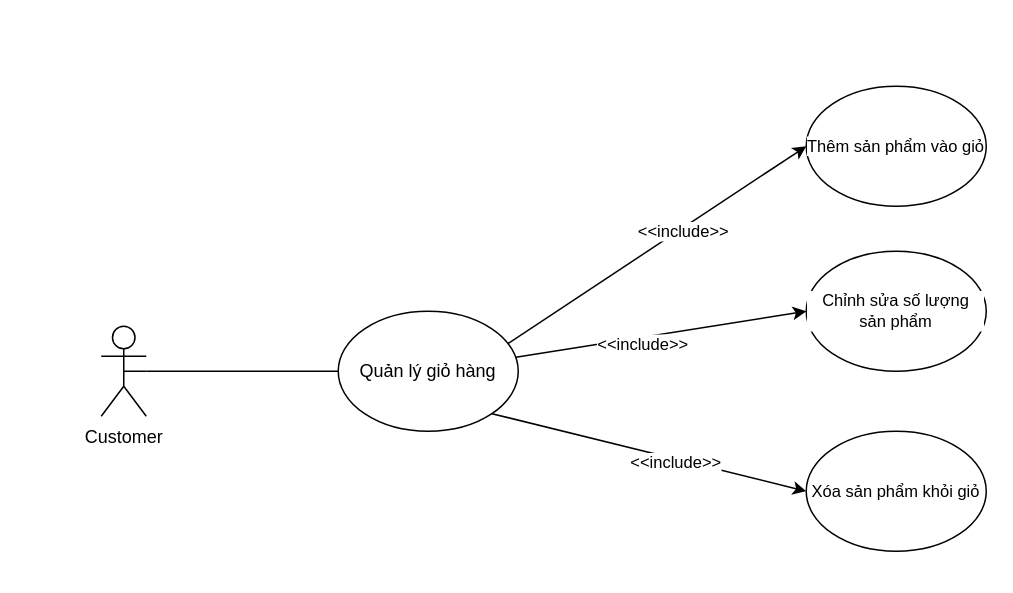
KaNguyen3005/Bookstore-System keeps this draw.io diagram as page "Quản lý giỏ hàng" (8 of 25) of Usecase Diagram Bookstore.drawio. Above is the earlier version. Source tidied: cells renumbered, new cells numbered last; positions are measured from the earlier drawing's top-left corner, leaving out a move shared by most shapes. Both pictures are drawn from the tidied source at 150%, with x=0, y=0 at pixel (26, 86).
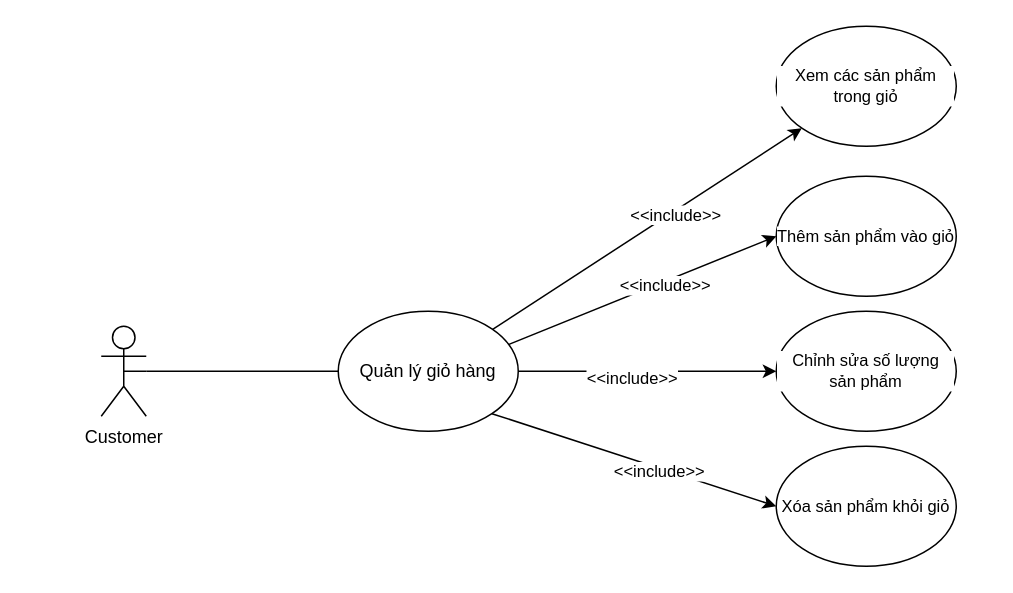
The same diagram, later.

Unchanged cells that the change refers to:
```xml
<mxCell id="8" value="Quản lý giỏ hàng" style="ellipse;whiteSpace=wrap;html=1;" parent="1" vertex="1">
  <mxGeometry x="208" y="150" width="120" height="80" as="geometry" />
</mxCell>
```

What changed in the source:
```diff
@@
     <mxCell id="12" value="Thêm sản phẩm vào giỏ" style="ellipse;whiteSpace=wrap;html=1;fontFamily=Helvetica;fontSize=11;fontColor=default;labelBackgroundColor=default;" parent="1" vertex="1">
-      <mxGeometry x="520" width="120" height="80" as="geometry" />
+      <mxGeometry x="500" y="60" width="120" height="80" as="geometry" />
     </mxCell>
     <mxCell id="13" value="Chỉnh sửa số lượng sản phẩm" style="ellipse;whiteSpace=wrap;html=1;fontFamily=Helvetica;fontSize=11;fontColor=default;labelBackgroundColor=default;" parent="1" vertex="1">
-      <mxGeometry x="520" y="110" width="120" height="80" as="geometry" />
+      <mxGeometry x="500" y="150" width="120" height="80" as="geometry" />
     </mxCell>
     <mxCell id="14" value="Xóa sản phẩm khỏi giỏ" style="ellipse;whiteSpace=wrap;html=1;fontFamily=Helvetica;fontSize=11;fontColor=default;labelBackgroundColor=default;" parent="1" vertex="1">
-      <mxGeometry x="520" y="230" width="120" height="80" as="geometry" />
+      <mxGeometry x="500" y="240" width="120" height="80" as="geometry" />
     </mxCell>
@@
+    <mxCell id="17" value="Xem các sản phẩm trong giỏ" style="ellipse;whiteSpace=wrap;html=1;fontFamily=Helvetica;fontSize=11;fontColor=default;labelBackgroundColor=default;" parent="1" vertex="1">
+      <mxGeometry x="500" y="-40" width="120" height="80" as="geometry" />
+    </mxCell>
+    <mxCell id="18" style="edgeStyle=none;shape=connector;rounded=0;jettySize=auto;html=1;strokeColor=default;align=center;verticalAlign=middle;fontFamily=Helvetica;fontSize=11;fontColor=default;labelBackgroundColor=default;endArrow=classic;endFill=1;startArrow=none;startFill=0;" parent="1" edge="1" source="8" target="17">
+      <mxGeometry relative="1" as="geometry" />
+    </mxCell>
+    <mxCell id="19" value="&amp;lt;&amp;lt;include&amp;gt;&amp;gt;" style="edgeLabel;html=1;align=center;verticalAlign=middle;fontFamily=Helvetica;fontSize=11;fontColor=default;labelBackgroundColor=default;rounded=0;strokeColor=default;" parent="18" vertex="1">
+      <mxGeometry x="0.17" y="-2" relative="1" as="geometry" />
+    </mxCell>
```
